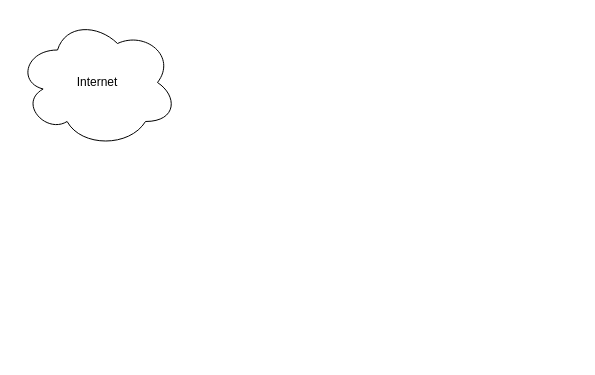
Earlier version of the draw.io diagram Untitled Diagram.drawio (saintbyte/bearish_conscience). Source tidied: cells renumbered, new cells numbered last; positions are measured from the earlier drawing's top-left corner, leaving out a move shared by most shapes. Both pictures are drawn from the tidied source at 100%, with x=0, y=0 at pixel (17, 17).
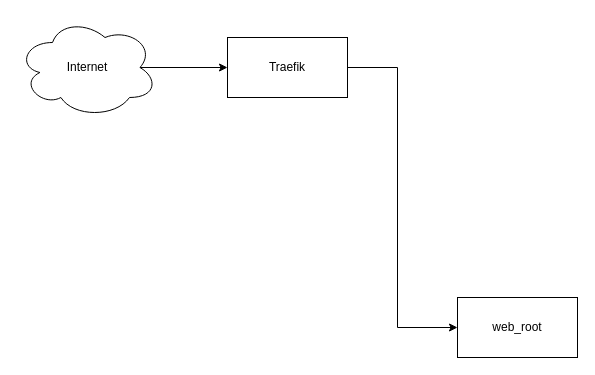
After the change.

What changed in the source:
```diff
@@
 <mxGraphModel>
   <root>
     <mxCell id="0" />
     <mxCell id="1" parent="0" />
+    <mxCell id="3" style="edgeStyle=orthogonalEdgeStyle;rounded=0;jettySize=auto;html=1;exitX=0.875;exitY=0.5;exitDx=0;exitDy=0;exitPerimeter=0;entryX=0;entryY=0.5;entryDx=0;entryDy=0;" parent="1" edge="1" source="2" target="4">
+      <mxGeometry relative="1" as="geometry" />
+    </mxCell>
     <mxCell id="2" value="Internet" style="ellipse;shape=cloud;whiteSpace=wrap;html=1;" parent="1" vertex="1">
-      <mxGeometry width="160" height="130" as="geometry" />
+      <mxGeometry width="140" height="100" as="geometry" />
     </mxCell>
+    <mxCell id="4" value="Traefik" style="rounded=0;whiteSpace=wrap;html=1;" parent="1" vertex="1">
+      <mxGeometry x="210" y="20" width="120" height="60" as="geometry" />
+    </mxCell>
+    <mxCell id="5" style="endArrow=none;html=1;rounded=0;exitX=1;exitY=0.5;exitDx=0;exitDy=0;" parent="1" edge="1" source="4">
+      <mxGeometry relative="1" as="geometry">
+        <mxPoint x="380" y="50" as="targetPoint" />
+      </mxGeometry>
+    </mxCell>
+    <mxCell id="6" style="endArrow=none;html=1;rounded=0;" parent="1" edge="1">
+      <mxGeometry relative="1" as="geometry">
+        <mxPoint x="380" y="310" as="sourcePoint" />
+        <mxPoint x="380" y="50" as="targetPoint" />
+      </mxGeometry>
+    </mxCell>
+    <mxCell id="7" style="endArrow=classic;html=1;rounded=0;" parent="1" edge="1">
+      <mxGeometry relative="1" as="geometry">
+        <mxPoint x="380" y="310" as="sourcePoint" />
+        <mxPoint x="440" y="310" as="targetPoint" />
+      </mxGeometry>
+    </mxCell>
+    <mxCell id="8" value="web_root" style="rounded=0;whiteSpace=wrap;html=1;" parent="1" vertex="1">
+      <mxGeometry x="440" y="280" width="120" height="60" as="geometry" />
+    </mxCell>
   </root>
 </mxGraphModel>
```
